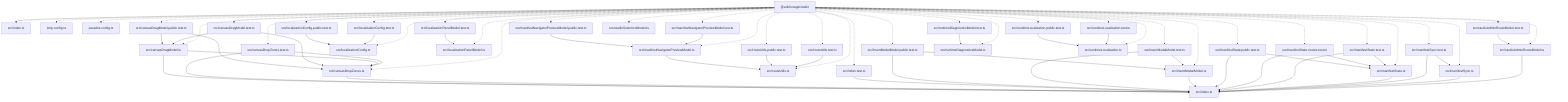
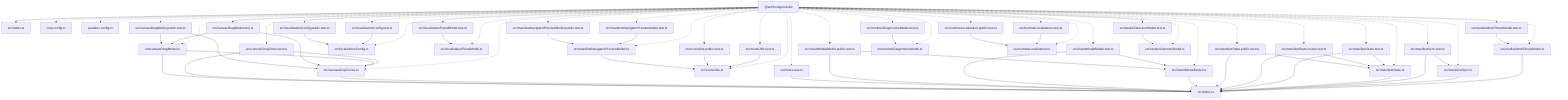
graph TD
  package__ankhorage_studio["@ankhorage/studio"]
  entrypoint_src_index_ts["src/index.ts"]
  package__ankhorage_studio --> entrypoint_src_index_ts
  module_knip_config_ts["knip.config.ts"]
  package__ankhorage_studio -.-> module_knip_config_ts
  module_paradox_config_ts["paradox.config.ts"]
  package__ankhorage_studio -.-> module_paradox_config_ts
  module_src_canvasDragModel_public_test_ts["src/canvasDragModel.public.test.ts"]
  package__ankhorage_studio -.-> module_src_canvasDragModel_public_test_ts
  module_src_canvasDragModel_public_test_ts --> module_src_canvasDragModel_ts
  module_src_canvasDragModel_public_test_ts --> module_src_canvasDropZones_ts
  module_src_canvasDragModel_test_ts["src/canvasDragModel.test.ts"]
  package__ankhorage_studio -.-> module_src_canvasDragModel_test_ts
  module_src_canvasDragModel_test_ts --> module_src_canvasDragModel_ts
  module_src_canvasDragModel_test_ts --> module_src_canvasDropZones_ts
  module_src_canvasDragModel_ts["src/canvasDragModel.ts"]
  package__ankhorage_studio -.-> module_src_canvasDragModel_ts
  module_src_canvasDragModel_ts --> module_src_canvasDropZones_ts
  module_src_canvasDragModel_ts --> module_src_index_ts
  module_src_canvasDropZones_test_ts["src/canvasDropZones.test.ts"]
  package__ankhorage_studio -.-> module_src_canvasDropZones_test_ts
  module_src_canvasDropZones_test_ts --> module_src_canvasDropZones_ts
  module_src_canvasDropZones_test_ts --> module_src_index_ts
  module_src_canvasDropZones_ts["src/canvasDropZones.ts"]
  package__ankhorage_studio -.-> module_src_canvasDropZones_ts
  module_src_canvasDropZones_ts --> module_src_index_ts
  module_src_index_test_ts["src/index.test.ts"]
  package__ankhorage_studio -.-> module_src_index_test_ts
  module_src_index_test_ts --> module_src_index_ts
  module_src_index_ts["src/index.ts"]
  module_src_insertModalModel_public_test_ts["src/insertModalModel.public.test.ts"]
  package__ankhorage_studio -.-> module_src_insertModalModel_public_test_ts
  module_src_insertModalModel_public_test_ts --> module_src_index_ts
  module_src_insertModalModel_public_test_ts --> module_src_insertModalModel_ts
  module_src_insertModalModel_test_ts["src/insertModalModel.test.ts"]
  package__ankhorage_studio -.-> module_src_insertModalModel_test_ts
  module_src_insertModalModel_test_ts --> module_src_index_ts
  module_src_insertModalModel_test_ts --> module_src_insertModalModel_ts
  module_src_insertModalModel_ts["src/insertModalModel.ts"]
  package__ankhorage_studio -.-> module_src_insertModalModel_ts
  module_src_insertModalModel_ts --> module_src_index_ts
  module_src_localizationConfig_public_test_ts["src/localizationConfig.public.test.ts"]
  package__ankhorage_studio -.-> module_src_localizationConfig_public_test_ts
  module_src_localizationConfig_public_test_ts --> module_src_localizationConfig_ts
  module_src_localizationConfig_test_ts["src/localizationConfig.test.ts"]
  package__ankhorage_studio -.-> module_src_localizationConfig_test_ts
  module_src_localizationConfig_test_ts --> module_src_localizationConfig_ts
  module_src_localizationConfig_ts["src/localizationConfig.ts"]
  package__ankhorage_studio -.-> module_src_localizationConfig_ts
  module_src_localizationPanelModel_test_ts["src/localizationPanelModel.test.ts"]
  package__ankhorage_studio -.-> module_src_localizationPanelModel_test_ts
  module_src_localizationPanelModel_test_ts --> module_src_localizationPanelModel_ts
  module_src_localizationPanelModel_ts["src/localizationPanelModel.ts"]
  package__ankhorage_studio -.-> module_src_localizationPanelModel_ts
  module_src_manifestNavigatorPreviewModel_public_test_ts["src/manifestNavigatorPreviewModel.public.test.ts"]
  package__ankhorage_studio -.-> module_src_manifestNavigatorPreviewModel_public_test_ts
  module_src_manifestNavigatorPreviewModel_public_test_ts --> module_src_manifestNavigatorPreviewModel_ts
  module_src_manifestNavigatorPreviewModel_test_ts["src/manifestNavigatorPreviewModel.test.ts"]
  package__ankhorage_studio -.-> module_src_manifestNavigatorPreviewModel_test_ts
  module_src_manifestNavigatorPreviewModel_test_ts --> module_src_manifestNavigatorPreviewModel_ts
  module_src_manifestNavigatorPreviewModel_ts["src/manifestNavigatorPreviewModel.ts"]
  package__ankhorage_studio -.-> module_src_manifestNavigatorPreviewModel_ts
  module_src_manifestNavigatorPreviewModel_ts --> module_src_routeUtils_ts
  module_src_manifestState_public_test_ts["src/manifestState.public.test.ts"]
  package__ankhorage_studio -.-> module_src_manifestState_public_test_ts
  module_src_manifestState_public_test_ts --> module_src_index_ts
  module_src_manifestState_public_test_ts --> module_src_manifestState_ts
  module_src_manifestState_routes_test_ts["src/manifestState.routes.test.ts"]
  package__ankhorage_studio -.-> module_src_manifestState_routes_test_ts
  module_src_manifestState_routes_test_ts --> module_src_index_ts
  module_src_manifestState_routes_test_ts --> module_src_manifestState_ts
  module_src_manifestState_test_ts["src/manifestState.test.ts"]
  package__ankhorage_studio -.-> module_src_manifestState_test_ts
  module_src_manifestState_test_ts --> module_src_index_ts
  module_src_manifestState_test_ts --> module_src_manifestState_ts
  module_src_manifestState_ts["src/manifestState.ts"]
  package__ankhorage_studio -.-> module_src_manifestState_ts
  module_src_manifestState_ts --> module_src_index_ts
  module_src_manifestSync_test_ts["src/manifestSync.test.ts"]
  package__ankhorage_studio -.-> module_src_manifestSync_test_ts
  module_src_manifestSync_test_ts --> module_src_index_ts
  module_src_manifestSync_test_ts --> module_src_manifestSync_ts
  module_src_manifestSync_ts["src/manifestSync.ts"]
  package__ankhorage_studio -.-> module_src_manifestSync_ts
  module_src_manifestSync_ts --> module_src_index_ts
  module_src_routeUtils_public_test_ts["src/routeUtils.public.test.ts"]
  package__ankhorage_studio -.-> module_src_routeUtils_public_test_ts
  module_src_routeUtils_public_test_ts --> module_src_routeUtils_ts
  module_src_routeUtils_test_ts["src/routeUtils.test.ts"]
  package__ankhorage_studio -.-> module_src_routeUtils_test_ts
  module_src_routeUtils_test_ts --> module_src_routeUtils_ts
  module_src_routeUtils_ts["src/routeUtils.ts"]
  package__ankhorage_studio -.-> module_src_routeUtils_ts
  module_src_runtimeDiagnosticsModel_test_ts["src/runtimeDiagnosticsModel.test.ts"]
  package__ankhorage_studio -.-> module_src_runtimeDiagnosticsModel_test_ts
  module_src_runtimeDiagnosticsModel_test_ts --> module_src_runtimeDiagnosticsModel_ts
  module_src_runtimeDiagnosticsModel_ts["src/runtimeDiagnosticsModel.ts"]
  package__ankhorage_studio -.-> module_src_runtimeDiagnosticsModel_ts
  module_src_runtimeLocalization_public_test_ts["src/runtimeLocalization.public.test.ts"]
  package__ankhorage_studio -.-> module_src_runtimeLocalization_public_test_ts
  module_src_runtimeLocalization_public_test_ts --> module_src_runtimeLocalization_ts
  module_src_runtimeLocalization_test_ts["src/runtimeLocalization.test.ts"]
  package__ankhorage_studio -.-> module_src_runtimeLocalization_test_ts
  module_src_runtimeLocalization_test_ts --> module_src_runtimeLocalization_ts
  module_src_runtimeLocalization_ts["src/runtimeLocalization.ts"]
  package__ankhorage_studio -.-> module_src_runtimeLocalization_ts
  module_src_studioAdminRouteModel_test_ts["src/studioAdminRouteModel.test.ts"]
  package__ankhorage_studio -.-> module_src_studioAdminRouteModel_test_ts
  module_src_studioAdminRouteModel_test_ts --> module_src_studioAdminRouteModel_ts
  module_src_studioAdminRouteModel_ts["src/studioAdminRouteModel.ts"]
  package__ankhorage_studio -.-> module_src_studioAdminRouteModel_ts
  module_src_studioAdminRouteModel_ts --> module_src_index_ts
+   module_src_studioSelectionModel_test_ts["src/studioSelectionModel.test.ts"]
+   package__ankhorage_studio -.-> module_src_studioSelectionModel_test_ts
+   module_src_studioSelectionModel_test_ts --> module_src_studioSelectionModel_ts
  module_src_studioSelectionModel_ts["src/studioSelectionModel.ts"]
  package__ankhorage_studio -.-> module_src_studioSelectionModel_ts
